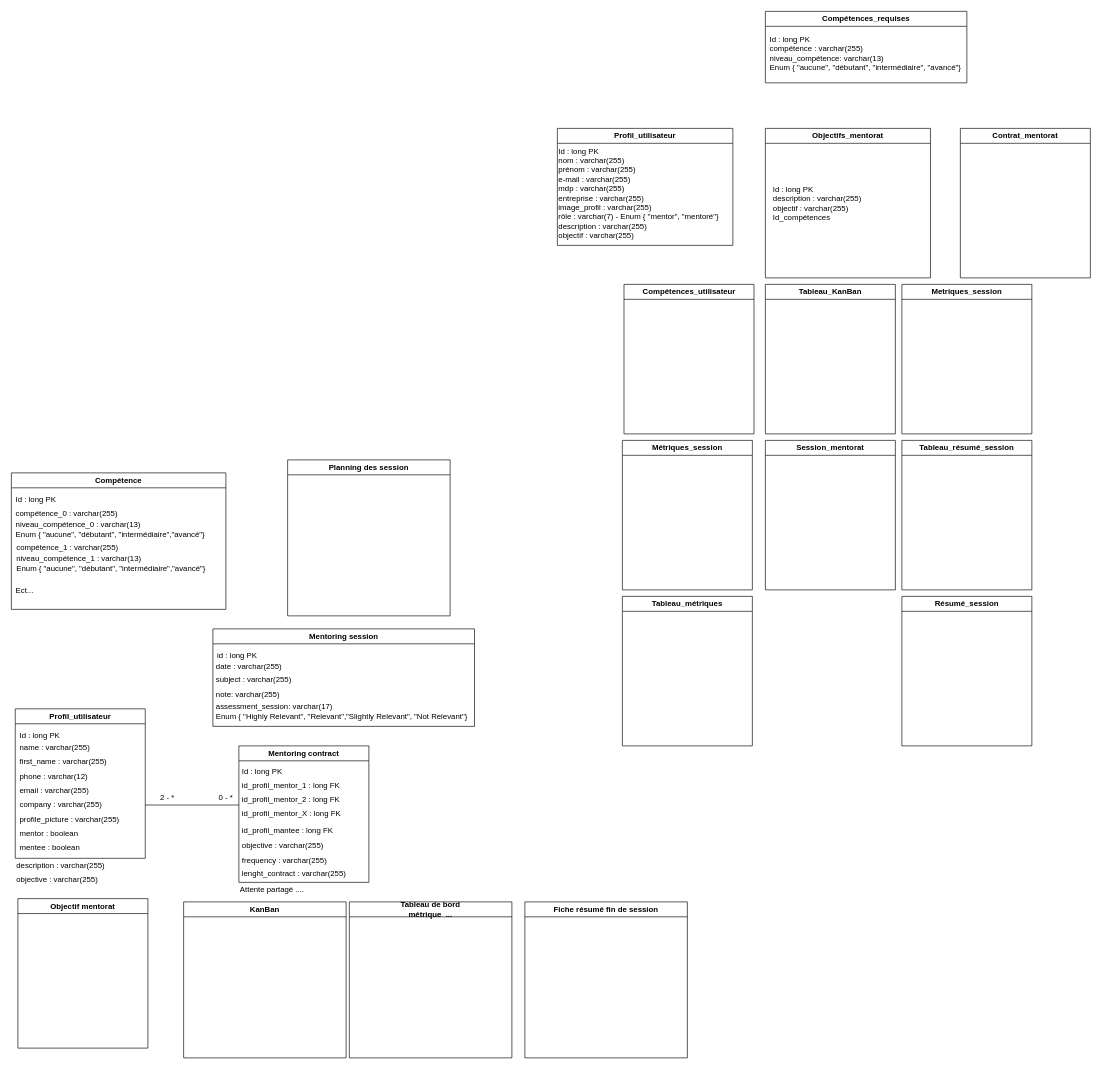
Earlier version of the draw.io diagram Modèle de domaine/Untitled Diagram.drawio (qbeAccountPro/beraud-quentin-projet-3). Source tidied: cells renumbered, new cells numbered last; positions are measured from the earlier drawing's top-left corner, leaving out a move shared by most shapes. Both pictures are drawn from the tidied source at 65%, with x=0, y=0 at pixel (11, 11).
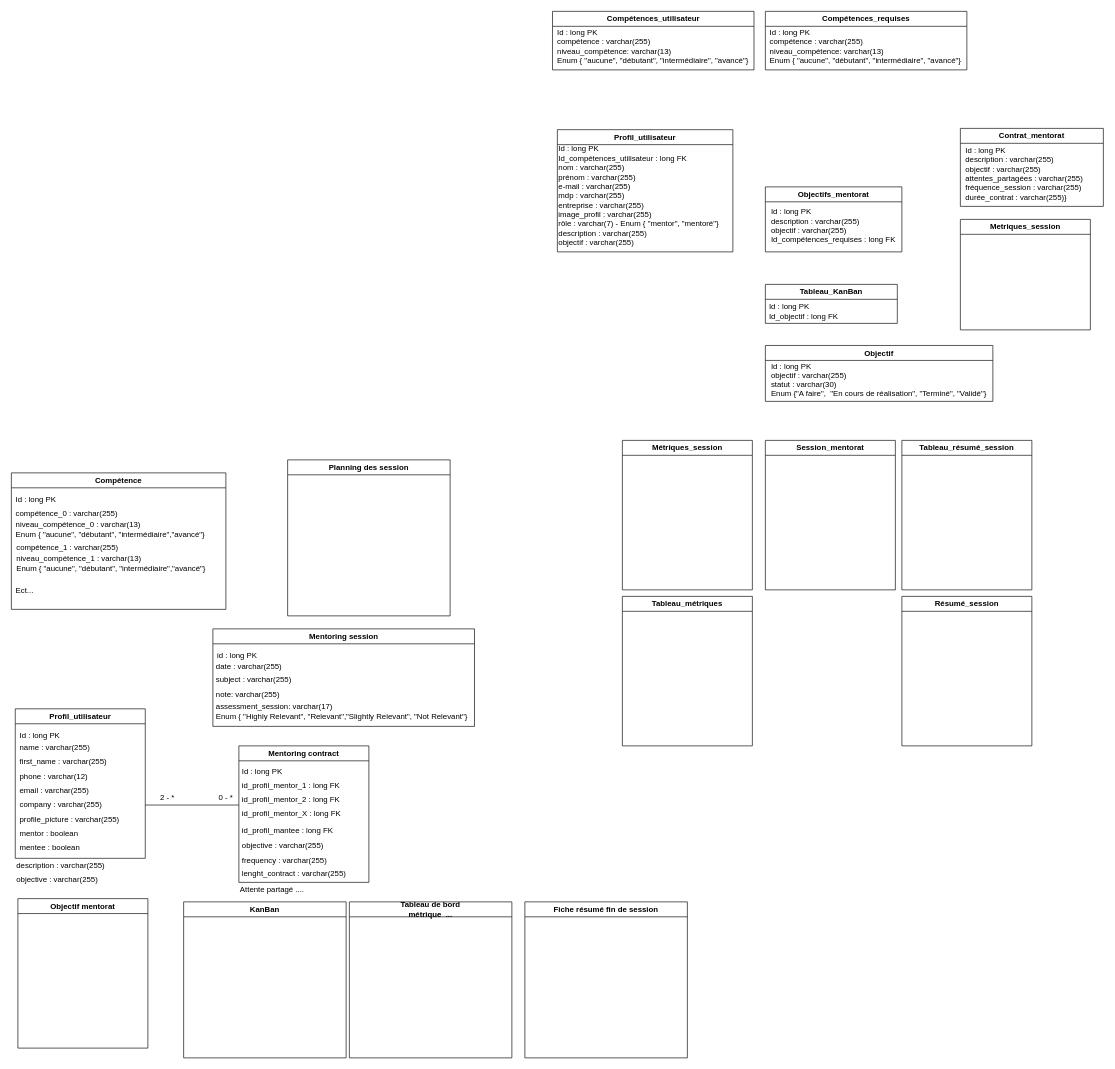
The same diagram, later.

Change to the diagram source:
```diff
@@
     <mxCell id="45" value="Profil_utilisateur" style="swimlane;whiteSpace=wrap;html=1;" parent="1" vertex="1">
-      <mxGeometry x="840" y="180" width="270" height="180" as="geometry" />
+      <mxGeometry x="840" y="182" width="270" height="188" as="geometry" />
     </mxCell>
-    <mxCell id="46" value="Id : long PK&lt;br&gt;nom : varchar(255)&lt;br&gt;prénom : varchar(255)&lt;br&gt;e-mail : varchar(255)&lt;br&gt;mdp : varchar(255)&lt;br&gt;entreprise : varchar(255)&lt;br&gt;image_profil : varchar(255)&lt;br&gt;rôle : varchar(7) - Enum { &quot;mentor&quot;, &quot;mentoré&quot;}&lt;br&gt;description : varchar(255)&lt;br&gt;objectif : varchar(255)" style="text;html=1;strokeColor=none;fillColor=none;align=left;verticalAlign=middle;whiteSpace=wrap;rounded=1;fontStyle=0;" parent="45" vertex="1">
-      <mxGeometry y="15" width="254" height="170" as="geometry" />
+    <mxCell id="46" value="Id : long PK&lt;br&gt;Id_compétences_utilisateur : long FK&lt;br&gt;nom : varchar(255)&lt;br&gt;prénom : varchar(255)&lt;br&gt;e-mail : varchar(255)&lt;br&gt;mdp : varchar(255)&lt;br&gt;entreprise : varchar(255)&lt;br&gt;image_profil : varchar(255)&lt;br&gt;rôle : varchar(7) - Enum { &quot;mentor&quot;, &quot;mentoré&quot;}&lt;br&gt;description : varchar(255)&lt;br&gt;objectif : varchar(255)&lt;br&gt;" style="text;html=1;strokeColor=none;fillColor=none;align=left;verticalAlign=middle;whiteSpace=wrap;rounded=1;fontStyle=0;" parent="45" vertex="1">
+      <mxGeometry y="24" width="254" height="155" as="geometry" />
     </mxCell>
     <mxCell id="47" value="Objectifs_mentorat" style="swimlane;whiteSpace=wrap;html=1;" parent="1" vertex="1">
-      <mxGeometry x="1160" y="180" width="254" height="230" as="geometry" />
+      <mxGeometry x="1160" y="270" width="210" height="100" as="geometry" />
     </mxCell>
-    <mxCell id="48" value="Id : long PK&lt;br&gt;description : varchar(255)&lt;br&gt;objectif : varchar(255)&lt;br&gt;Id_compétences" style="text;html=1;strokeColor=none;fillColor=none;align=left;verticalAlign=middle;whiteSpace=wrap;rounded=1;fontStyle=0;" parent="47" vertex="1">
-      <mxGeometry x="10" y="30" width="190" height="170" as="geometry" />
+    <mxCell id="48" value="Id : long PK&lt;br&gt;description : varchar(255)&lt;br&gt;objectif : varchar(255)&lt;br&gt;Id_compétences_requises : long FK" style="text;html=1;strokeColor=none;fillColor=none;align=left;verticalAlign=middle;whiteSpace=wrap;rounded=1;fontStyle=0;" parent="47" vertex="1">
+      <mxGeometry x="7" y="25" width="203" height="70" as="geometry" />
     </mxCell>
     <mxCell id="49" value="Contrat_mentorat" style="swimlane;whiteSpace=wrap;html=1;" parent="1" vertex="1">
-      <mxGeometry x="1460" y="180" width="200" height="230" as="geometry" />
+      <mxGeometry x="1460" y="180" width="220" height="120" as="geometry" />
     </mxCell>
-    <mxCell id="50" value="Compétences_utilisateur" style="swimlane;whiteSpace=wrap;html=1;" parent="1" vertex="1">
-      <mxGeometry x="942.5" y="420" width="200" height="230" as="geometry" />
-    </mxCell>
+    <mxCell id="60" value="Id : long PK&lt;br&gt;description : varchar(255)&lt;br&gt;objectif : varchar(255)&lt;br&gt;attentes_partagées : varchar(255)&lt;br&gt;fréquence_session : varchar(255)&lt;br&gt;durée_contrat : varchar(255)}" style="text;html=1;strokeColor=none;fillColor=none;align=left;verticalAlign=middle;whiteSpace=wrap;rounded=1;fontStyle=0;" parent="49" vertex="1">
+      <mxGeometry x="6" y="25" width="200" height="90" as="geometry" />
+    </mxCell>
     <mxCell id="51" value="Tableau_KanBan" style="swimlane;whiteSpace=wrap;html=1;" parent="1" vertex="1">
-      <mxGeometry x="1160" y="420" width="200" height="230" as="geometry" />
+      <mxGeometry x="1160" y="420" width="203" height="60" as="geometry" />
     </mxCell>
+    <mxCell id="61" value="Id : long PK&lt;br&gt;Id_objectif : long FK" style="text;html=1;strokeColor=none;fillColor=none;align=left;verticalAlign=middle;whiteSpace=wrap;rounded=1;fontStyle=0;" parent="51" vertex="1">
+      <mxGeometry x="3.5" y="27" width="203" height="30" as="geometry" />
+    </mxCell>
     <mxCell id="52" value="Metriques_session" style="swimlane;whiteSpace=wrap;html=1;" parent="1" vertex="1">
-      <mxGeometry x="1370" y="420" width="200" height="230" as="geometry" />
+      <mxGeometry x="1460" y="320" width="200" height="170" as="geometry" />
     </mxCell>
@@
     <mxCell id="58" value="Compétences_requises" style="swimlane;whiteSpace=wrap;html=1;" parent="1" vertex="1">
-      <mxGeometry x="1160" width="310" height="110" as="geometry" />
+      <mxGeometry x="1160" width="310" height="90" as="geometry" />
     </mxCell>
     <mxCell id="59" value="Id : long PK&lt;br&gt;compétence : varchar(255)&lt;br&gt;niveau_compétence: varchar(13)&lt;br&gt;Enum { &quot;aucune&quot;, &quot;débutant&quot;, &quot;intermédiaire&quot;, &quot;avancé&quot;}" style="text;html=1;strokeColor=none;fillColor=none;align=left;verticalAlign=middle;whiteSpace=wrap;rounded=1;fontStyle=0;" parent="58" vertex="1">
-      <mxGeometry x="5" y="35" width="330" height="60" as="geometry" />
+      <mxGeometry x="5" y="24" width="330" height="60" as="geometry" />
     </mxCell>
+    <mxCell id="50" value="Compétences_utilisateur" style="swimlane;whiteSpace=wrap;html=1;" parent="1" vertex="1">
+      <mxGeometry x="832.5" width="310" height="90" as="geometry" />
+    </mxCell>
+    <mxCell id="62" value="Id : long PK&lt;br&gt;compétence : varchar(255)&lt;br&gt;niveau_compétence: varchar(13)&lt;br&gt;Enum { &quot;aucune&quot;, &quot;débutant&quot;, &quot;intermédiaire&quot;, &quot;avancé&quot;}" style="text;html=1;strokeColor=none;fillColor=none;align=left;verticalAlign=middle;whiteSpace=wrap;rounded=1;fontStyle=0;" parent="50" vertex="1">
+      <mxGeometry x="5" y="24" width="330" height="60" as="geometry" />
+    </mxCell>
+    <mxCell id="63" value="Objectif" style="swimlane;whiteSpace=wrap;html=1;" parent="1" vertex="1">
+      <mxGeometry x="1160" y="514" width="350" height="86" as="geometry" />
+    </mxCell>
+    <mxCell id="64" value="Id : long PK&lt;br&gt;objectif : varchar(255)&lt;br&gt;statut : varchar(30)&lt;br&gt;Enum {&quot;A faire&quot;,&amp;nbsp; &quot;En cours de réalisation&quot;, &quot;Terminé&quot;, &quot;Validé&quot;}&amp;nbsp;" style="text;html=1;strokeColor=none;fillColor=none;align=left;verticalAlign=middle;whiteSpace=wrap;rounded=1;fontStyle=0;" parent="1" vertex="1">
+      <mxGeometry x="1167" y="541" width="353" height="52" as="geometry" />
+    </mxCell>
```
